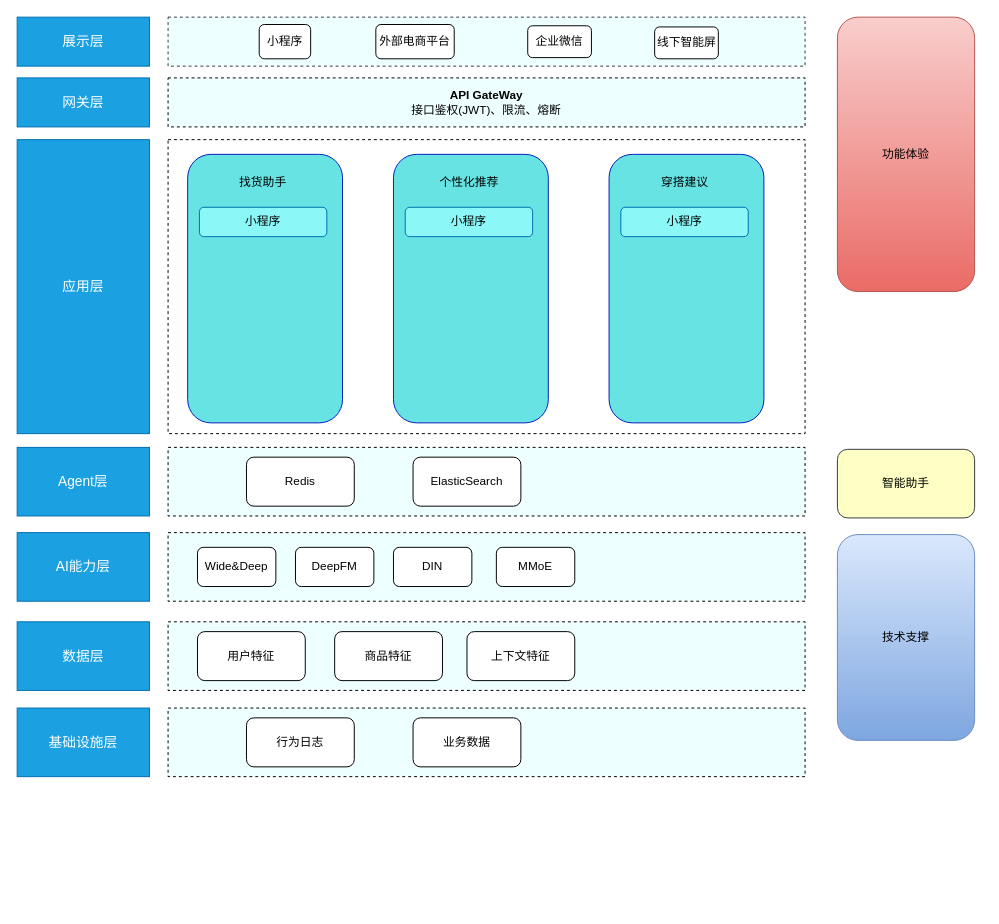
Above: engineering/架构设计/智能导购架构设计图.drawio in Wanke15/wanke15.github.io (draw.io), before the change. Source tidied: cells renumbered, new cells numbered last; positions are measured from the earlier drawing's top-left corner, leaving out a move shared by most shapes. Both pictures are drawn from the tidied source at 98%, with x=0, y=0 at pixel (17, 17).
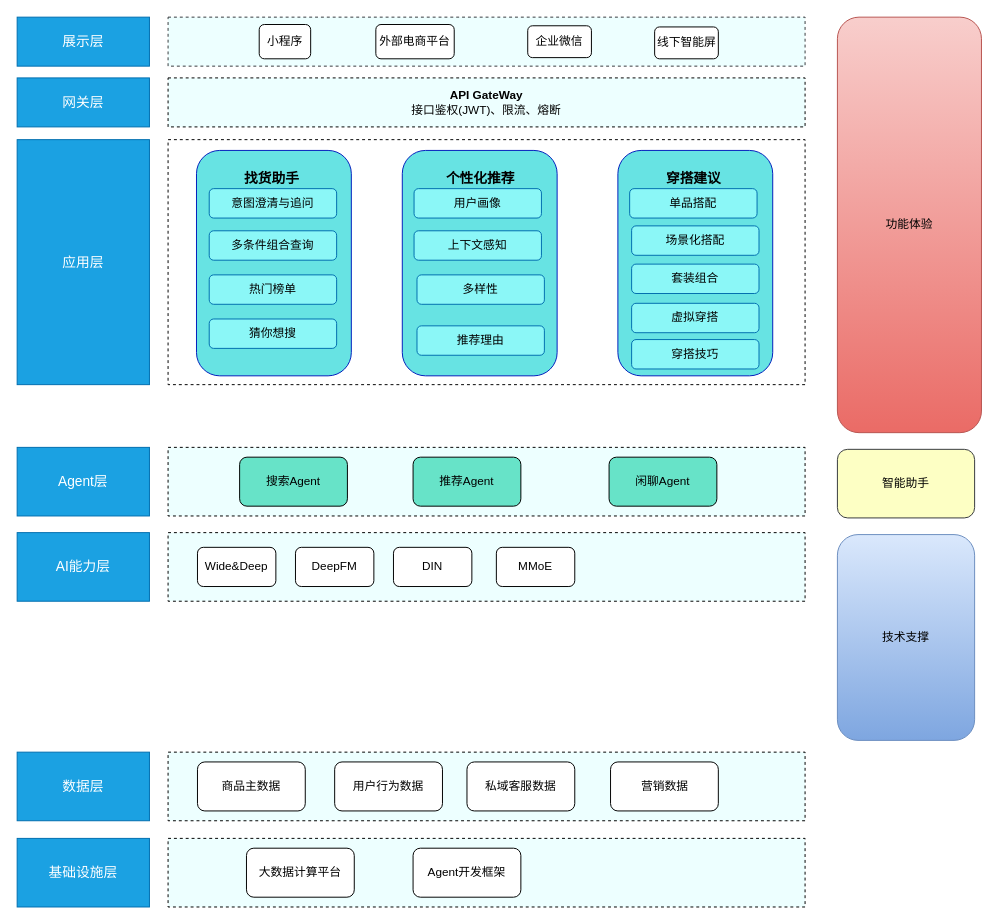
Above is the later version.

Commit message (it also covers changes not shown here):
更新智能导购架构设计图.drawio

What changed in the source:
```diff
@@
     <mxCell id="4" value="&lt;font style=&quot;font-size: 14px;&quot;&gt;应用层&lt;/font&gt;" style="rounded=0;whiteSpace=wrap;html=1;fillColor=#1ba1e2;strokeColor=#006EAF;fontColor=#ffffff;" parent="1" vertex="1">
-      <mxGeometry y="125" width="135" height="300" as="geometry" />
+      <mxGeometry y="125" width="135" height="250" as="geometry" />
     </mxCell>
     <mxCell id="5" style="rounded=0;whiteSpace=wrap;html=1;fillColor=none;strokeColor=#000000;dashed=1;" parent="1" vertex="1">
-      <mxGeometry x="154" y="125" width="650" height="300" as="geometry" />
+      <mxGeometry x="154" y="125" width="650" height="250" as="geometry" />
     </mxCell>
     <mxCell id="6" value="&lt;div style=&quot;&quot;&gt;&lt;br&gt;&lt;/div&gt;" style="rounded=1;whiteSpace=wrap;html=1;align=center;fillColor=#67E3E3;fontColor=#ffffff;strokeColor=#001DBC;" parent="1" vertex="1">
-      <mxGeometry x="174" y="140" width="158" height="274" as="geometry" />
+      <mxGeometry x="183" y="136" width="158" height="230" as="geometry" />
     </mxCell>
@@
     <mxCell id="13" value="&lt;font style=&quot;font-size: 14px;&quot;&gt;数据层&lt;/font&gt;" style="rounded=0;whiteSpace=wrap;html=1;fillColor=#1ba1e2;strokeColor=#006EAF;fontColor=#ffffff;" parent="1" vertex="1">
-      <mxGeometry y="617" width="135" height="70" as="geometry" />
+      <mxGeometry y="750" width="135" height="70" as="geometry" />
     </mxCell>
     <mxCell id="14" style="rounded=0;whiteSpace=wrap;html=1;fillColor=#EDFFFF;strokeColor=#000000;dashed=1;" parent="1" vertex="1">
-      <mxGeometry x="154" y="617" width="650" height="70" as="geometry" />
+      <mxGeometry x="154" y="750" width="650" height="70" as="geometry" />
     </mxCell>
-    <mxCell id="15" value="用户特征" style="rounded=1;whiteSpace=wrap;html=1;" parent="1" vertex="1">
-      <mxGeometry x="184" y="627" width="110" height="50" as="geometry" />
+    <mxCell id="15" value="商品主数据" style="rounded=1;whiteSpace=wrap;html=1;" parent="1" vertex="1">
+      <mxGeometry x="184" y="760" width="110" height="50" as="geometry" />
     </mxCell>
-    <mxCell id="16" value="商品特征" style="rounded=1;whiteSpace=wrap;html=1;" parent="1" vertex="1">
-      <mxGeometry x="324" y="627" width="110" height="50" as="geometry" />
+    <mxCell id="16" value="用户行为数据" style="rounded=1;whiteSpace=wrap;html=1;" parent="1" vertex="1">
+      <mxGeometry x="324" y="760" width="110" height="50" as="geometry" />
     </mxCell>
-    <mxCell id="17" value="上下文特征" style="rounded=1;whiteSpace=wrap;html=1;" parent="1" vertex="1">
-      <mxGeometry x="459" y="627" width="110" height="50" as="geometry" />
+    <mxCell id="17" value="私域客服数据" style="rounded=1;whiteSpace=wrap;html=1;" parent="1" vertex="1">
+      <mxGeometry x="459" y="760" width="110" height="50" as="geometry" />
     </mxCell>
     <mxCell id="18" value="&lt;font style=&quot;font-size: 14px;&quot;&gt;基础设施层&lt;/font&gt;" style="rounded=0;whiteSpace=wrap;html=1;fillColor=#1ba1e2;strokeColor=#006EAF;fontColor=#ffffff;" parent="1" vertex="1">
-      <mxGeometry y="705" width="135" height="70" as="geometry" />
+      <mxGeometry y="838" width="135" height="70" as="geometry" />
     </mxCell>
     <mxCell id="19" style="rounded=0;whiteSpace=wrap;html=1;fillColor=#EDFFFF;strokeColor=#000000;dashed=1;" parent="1" vertex="1">
-      <mxGeometry x="154" y="705" width="650" height="70" as="geometry" />
+      <mxGeometry x="154" y="838" width="650" height="70" as="geometry" />
     </mxCell>
-    <mxCell id="20" value="行为日志" style="rounded=1;whiteSpace=wrap;html=1;" parent="1" vertex="1">
-      <mxGeometry x="234" y="715" width="110" height="50" as="geometry" />
+    <mxCell id="20" value="大数据计算平台" style="rounded=1;whiteSpace=wrap;html=1;" parent="1" vertex="1">
+      <mxGeometry x="234" y="848" width="110" height="50" as="geometry" />
     </mxCell>
-    <mxCell id="21" value="业务数据" style="rounded=1;whiteSpace=wrap;html=1;" parent="1" vertex="1">
-      <mxGeometry x="404" y="715" width="110" height="50" as="geometry" />
+    <mxCell id="21" value="Agent开发框架" style="rounded=1;whiteSpace=wrap;html=1;" parent="1" vertex="1">
+      <mxGeometry x="404" y="848" width="110" height="50" as="geometry" />
     </mxCell>
@@
-    <mxCell id="24" value="Redis" style="rounded=1;whiteSpace=wrap;html=1;" parent="1" vertex="1">
-      <mxGeometry x="234" y="449" width="110" height="50" as="geometry" />
+    <mxCell id="24" value="搜索Agent" style="rounded=1;whiteSpace=wrap;html=1;fillColor=#67E3C8;" parent="1" vertex="1">
+      <mxGeometry x="227" y="449" width="110" height="50" as="geometry" />
     </mxCell>
-    <mxCell id="25" value="ElasticSearch" style="rounded=1;whiteSpace=wrap;html=1;" parent="1" vertex="1">
+    <mxCell id="25" value="推荐Agent" style="rounded=1;whiteSpace=wrap;html=1;fillColor=#67E3C8;" parent="1" vertex="1">
       <mxGeometry x="404" y="449" width="110" height="50" as="geometry" />
     </mxCell>
@@
     <mxCell id="34" value="功能体验" style="rounded=1;whiteSpace=wrap;html=1;gradientColor=#ea6b66;fillColor=#f8cecc;strokeColor=#b85450;glass=0;" parent="1" vertex="1">
-      <mxGeometry x="837" width="140" height="280" as="geometry" />
+      <mxGeometry x="837" width="147" height="424" as="geometry" />
     </mxCell>
-    <mxCell id="35" value="&lt;font style=&quot;color: rgb(0, 0, 0);&quot;&gt;小程序&lt;/font&gt;" style="rounded=1;whiteSpace=wrap;html=1;fillColor=#8BF7F7;fontColor=#ffffff;strokeColor=#006EAF;" parent="1" vertex="1">
-      <mxGeometry x="186" y="194" width="130" height="30" as="geometry" />
+    <mxCell id="35" value="&lt;span style=&quot;color: rgb(0, 0, 0);&quot;&gt;意图澄清与追问&lt;/span&gt;" style="rounded=1;whiteSpace=wrap;html=1;fillColor=#8BF7F7;fontColor=#ffffff;strokeColor=#006EAF;" parent="1" vertex="1">
+      <mxGeometry x="196" y="175" width="130" height="30" as="geometry" />
     </mxCell>
-    <mxCell id="36" value="找货助手" style="text;html=1;whiteSpace=wrap;strokeColor=none;fillColor=none;align=center;verticalAlign=middle;rounded=0;" parent="1" vertex="1">
-      <mxGeometry x="221" y="154" width="60" height="30" as="geometry" />
+    <mxCell id="36" value="&lt;font style=&quot;font-size: 14px;&quot;&gt;&lt;b&gt;找货助手&lt;/b&gt;&lt;/font&gt;" style="text;html=1;whiteSpace=wrap;strokeColor=none;fillColor=none;align=center;verticalAlign=middle;rounded=0;" parent="1" vertex="1">
+      <mxGeometry x="230" y="150" width="60" height="30" as="geometry" />
     </mxCell>
     <mxCell id="37" value="&lt;div style=&quot;&quot;&gt;&lt;br&gt;&lt;/div&gt;" style="rounded=1;whiteSpace=wrap;html=1;align=center;fillColor=#67E3E3;fontColor=#ffffff;strokeColor=#001DBC;" parent="1" vertex="1">
-      <mxGeometry x="384" y="140" width="158" height="274" as="geometry" />
+      <mxGeometry x="393" y="136" width="158" height="230" as="geometry" />
     </mxCell>
-    <mxCell id="38" value="&lt;font style=&quot;color: rgb(0, 0, 0);&quot;&gt;小程序&lt;/font&gt;" style="rounded=1;whiteSpace=wrap;html=1;fillColor=#8BF7F7;fontColor=#ffffff;strokeColor=#006EAF;" parent="1" vertex="1">
-      <mxGeometry x="396" y="194" width="130" height="30" as="geometry" />
+    <mxCell id="38" value="&lt;font style=&quot;color: rgb(0, 0, 0);&quot;&gt;用户画像&lt;/font&gt;" style="rounded=1;whiteSpace=wrap;html=1;fillColor=#8BF7F7;fontColor=#ffffff;strokeColor=#006EAF;" parent="1" vertex="1">
+      <mxGeometry x="405" y="175" width="130" height="30" as="geometry" />
     </mxCell>
-    <mxCell id="39" value="个性化推荐" style="text;html=1;whiteSpace=wrap;strokeColor=none;fillColor=none;align=center;verticalAlign=middle;rounded=0;" parent="1" vertex="1">
-      <mxGeometry x="429" y="154" width="65" height="30" as="geometry" />
+    <mxCell id="39" value="&lt;font style=&quot;font-size: 14px;&quot;&gt;&lt;b&gt;个性化推荐&lt;/b&gt;&lt;/font&gt;" style="text;html=1;whiteSpace=wrap;strokeColor=none;fillColor=none;align=center;verticalAlign=middle;rounded=0;" parent="1" vertex="1">
+      <mxGeometry x="433" y="150" width="80" height="30" as="geometry" />
     </mxCell>
     <mxCell id="40" value="&lt;div style=&quot;&quot;&gt;&lt;br&gt;&lt;/div&gt;" style="rounded=1;whiteSpace=wrap;html=1;align=center;fillColor=#67E3E3;fontColor=#ffffff;strokeColor=#001DBC;" parent="1" vertex="1">
-      <mxGeometry x="604" y="140" width="158" height="274" as="geometry" />
+      <mxGeometry x="613" y="136" width="158" height="230" as="geometry" />
     </mxCell>
-    <mxCell id="41" value="&lt;font style=&quot;color: rgb(0, 0, 0);&quot;&gt;小程序&lt;/font&gt;" style="rounded=1;whiteSpace=wrap;html=1;fillColor=#8BF7F7;fontColor=#ffffff;strokeColor=#006EAF;" parent="1" vertex="1">
-      <mxGeometry x="616" y="194" width="130" height="30" as="geometry" />
+    <mxCell id="41" value="&lt;font style=&quot;color: rgb(0, 0, 0);&quot;&gt;单品搭配&lt;/font&gt;" style="rounded=1;whiteSpace=wrap;html=1;fillColor=#8BF7F7;fontColor=#ffffff;strokeColor=#006EAF;" parent="1" vertex="1">
+      <mxGeometry x="625" y="175" width="130" height="30" as="geometry" />
     </mxCell>
-    <mxCell id="42" value="穿搭建议" style="text;html=1;whiteSpace=wrap;strokeColor=none;fillColor=none;align=center;verticalAlign=middle;rounded=0;" parent="1" vertex="1">
-      <mxGeometry x="649" y="154" width="65" height="30" as="geometry" />
+    <mxCell id="42" value="&lt;font style=&quot;font-size: 14px;&quot;&gt;&lt;b&gt;穿搭建议&lt;/b&gt;&lt;/font&gt;" style="text;html=1;whiteSpace=wrap;strokeColor=none;fillColor=none;align=center;verticalAlign=middle;rounded=0;" parent="1" vertex="1">
+      <mxGeometry x="658" y="150" width="65" height="30" as="geometry" />
     </mxCell>
+    <mxCell id="43" value="&lt;font color=&quot;#000000&quot;&gt;多条件组合查询&lt;/font&gt;" style="rounded=1;whiteSpace=wrap;html=1;fillColor=#8BF7F7;fontColor=#ffffff;strokeColor=#006EAF;" parent="1" vertex="1">
+      <mxGeometry x="196" y="218" width="130" height="30" as="geometry" />
+    </mxCell>
+    <mxCell id="44" value="&lt;font color=&quot;#000000&quot;&gt;热门榜单&lt;/font&gt;" style="rounded=1;whiteSpace=wrap;html=1;fillColor=#8BF7F7;fontColor=#ffffff;strokeColor=#006EAF;" parent="1" vertex="1">
+      <mxGeometry x="196" y="263" width="130" height="30" as="geometry" />
+    </mxCell>
+    <mxCell id="45" value="&lt;font color=&quot;#000000&quot;&gt;猜你想搜&lt;/font&gt;" style="rounded=1;whiteSpace=wrap;html=1;fillColor=#8BF7F7;fontColor=#ffffff;strokeColor=#006EAF;" parent="1" vertex="1">
+      <mxGeometry x="196" y="308" width="130" height="30" as="geometry" />
+    </mxCell>
+    <mxCell id="46" value="&lt;font style=&quot;color: rgb(0, 0, 0);&quot;&gt;上下文感知&lt;/font&gt;" style="rounded=1;whiteSpace=wrap;html=1;fillColor=#8BF7F7;fontColor=#ffffff;strokeColor=#006EAF;" parent="1" vertex="1">
+      <mxGeometry x="405" y="218" width="130" height="30" as="geometry" />
+    </mxCell>
+    <mxCell id="47" value="&lt;font style=&quot;color: rgb(0, 0, 0);&quot;&gt;多样性&lt;/font&gt;" style="rounded=1;whiteSpace=wrap;html=1;fillColor=#8BF7F7;fontColor=#ffffff;strokeColor=#006EAF;" parent="1" vertex="1">
+      <mxGeometry x="408" y="263" width="130" height="30" as="geometry" />
+    </mxCell>
+    <mxCell id="48" value="&lt;font color=&quot;#000000&quot;&gt;推荐理由&lt;/font&gt;" style="rounded=1;whiteSpace=wrap;html=1;fillColor=#8BF7F7;fontColor=#ffffff;strokeColor=#006EAF;" parent="1" vertex="1">
+      <mxGeometry x="408" y="315" width="130" height="30" as="geometry" />
+    </mxCell>
+    <mxCell id="49" value="&lt;font style=&quot;color: rgb(0, 0, 0);&quot;&gt;场景化搭配&lt;/font&gt;" style="rounded=1;whiteSpace=wrap;html=1;fillColor=#8BF7F7;fontColor=#ffffff;strokeColor=#006EAF;" parent="1" vertex="1">
+      <mxGeometry x="627" y="213" width="130" height="30" as="geometry" />
+    </mxCell>
+    <mxCell id="50" value="&lt;font color=&quot;#000000&quot;&gt;套装组合&lt;/font&gt;" style="rounded=1;whiteSpace=wrap;html=1;fillColor=#8BF7F7;fontColor=#ffffff;strokeColor=#006EAF;" parent="1" vertex="1">
+      <mxGeometry x="627" y="252" width="130" height="30" as="geometry" />
+    </mxCell>
+    <mxCell id="51" value="&lt;font color=&quot;#000000&quot;&gt;穿搭技巧&lt;/font&gt;" style="rounded=1;whiteSpace=wrap;html=1;fillColor=#8BF7F7;fontColor=#ffffff;strokeColor=#006EAF;" parent="1" vertex="1">
+      <mxGeometry x="627" y="329" width="130" height="30" as="geometry" />
+    </mxCell>
+    <mxCell id="52" value="&lt;font color=&quot;#000000&quot;&gt;虚拟穿搭&lt;/font&gt;" style="rounded=1;whiteSpace=wrap;html=1;fillColor=#8BF7F7;fontColor=#ffffff;strokeColor=#006EAF;" parent="1" vertex="1">
+      <mxGeometry x="627" y="292" width="130" height="30" as="geometry" />
+    </mxCell>
+    <mxCell id="53" value="闲聊Agent" style="rounded=1;whiteSpace=wrap;html=1;fillColor=#67E3C8;" parent="1" vertex="1">
+      <mxGeometry x="604" y="449" width="110" height="50" as="geometry" />
+    </mxCell>
+    <mxCell id="54" value="营销数据" style="rounded=1;whiteSpace=wrap;html=1;" parent="1" vertex="1">
+      <mxGeometry x="605.5" y="760" width="110" height="50" as="geometry" />
+    </mxCell>
```
